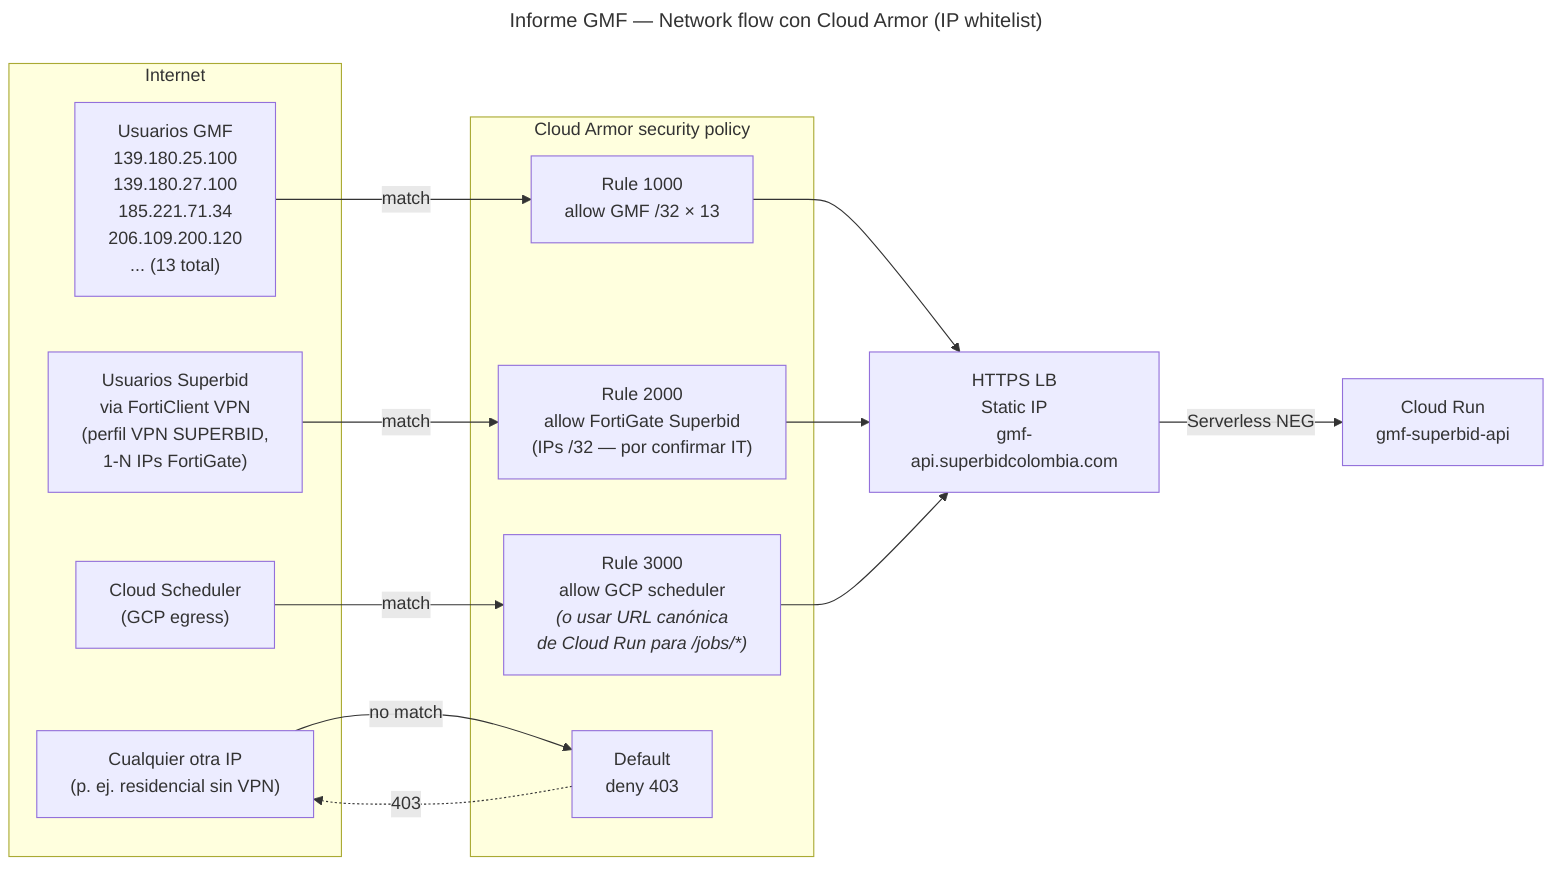
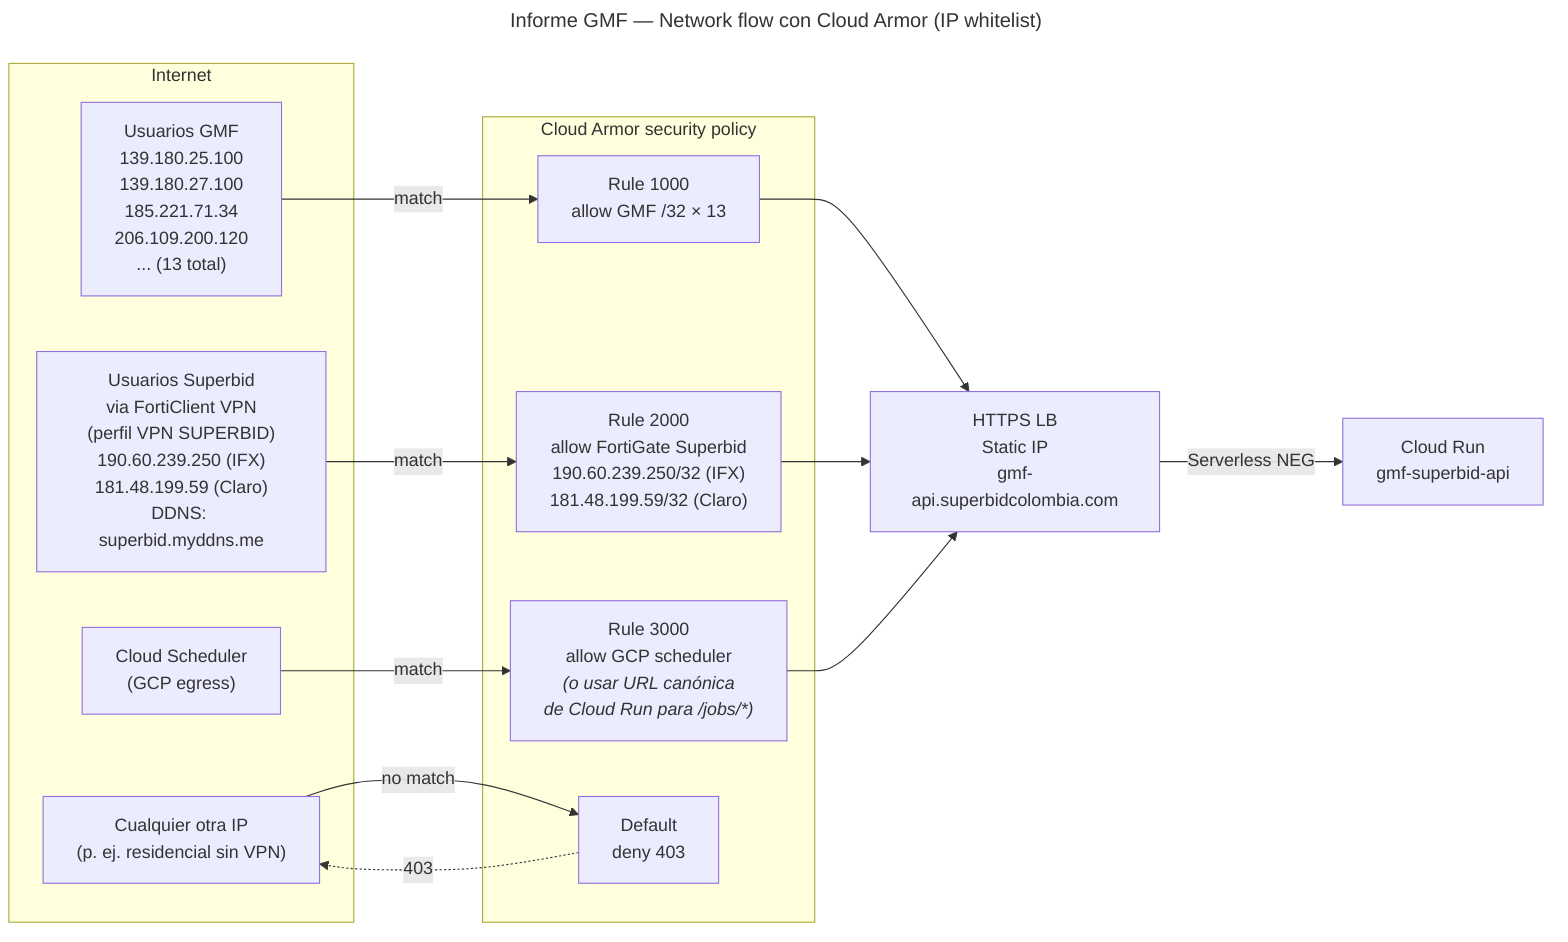
---
title: Informe GMF — Network flow con Cloud Armor (IP whitelist)
---
flowchart LR
    subgraph internet["Internet"]
        gmf["Usuarios GMF<br/>139.180.25.100<br/>139.180.27.100<br/>185.221.71.34<br/>206.109.200.120<br/>... (13 total)"]
-         sb["Usuarios Superbid<br/>via FortiClient VPN<br/>(perfil VPN SUPERBID,<br/>1-N IPs FortiGate)"]
+         sb["Usuarios Superbid<br/>via FortiClient VPN<br/>(perfil VPN SUPERBID)<br/>190.60.239.250 (IFX)<br/>181.48.199.59 (Claro)<br/>DDNS: superbid.myddns.me"]
        scheduler["Cloud Scheduler<br/>(GCP egress)"]
        else["Cualquier otra IP<br/>(p. ej. residencial sin VPN)"]
    end

    subgraph policy["Cloud Armor security policy"]
        r1["Rule 1000<br/>allow GMF /32 × 13"]
-         r2["Rule 2000<br/>allow FortiGate Superbid<br/>(IPs /32 — por confirmar IT)"]
+         r2["Rule 2000<br/>allow FortiGate Superbid<br/>190.60.239.250/32 (IFX)<br/>181.48.199.59/32 (Claro)"]
        r3["Rule 3000<br/>allow GCP scheduler<br/><i>(o usar URL canónica<br/>de Cloud Run para /jobs/*)</i>"]
        rd["Default<br/>deny 403"]
    end

    lb["HTTPS LB<br/>Static IP<br/>gmf-api.superbidcolombia.com"]
    cr["Cloud Run<br/>gmf-superbid-api"]

    gmf -->|match| r1
    sb -->|match| r2
    scheduler -->|match| r3
    else -->|no match| rd
    r1 --> lb
    r2 --> lb
    r3 --> lb
    rd -.->|"403"| else
    lb -->|Serverless NEG| cr
